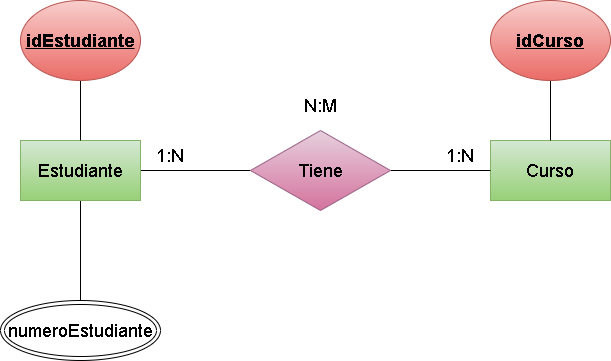
Darkoscurito/Base-de-datos keeps this draw.io diagram as (Unidad-2) (Tarea-3)/img/Ejercicio21.drawio.png. Above is the earlier version. Source tidied: cells renumbered, new cells last; positions are measured from the earlier drawing's top-left corner, leaving out a move shared by most shapes. Source of this version:
```xml
<mxGraphModel>
  <root>
    <mxCell id="0" />
    <mxCell id="1" parent="0" />
    <mxCell id="2" style="edgeStyle=none;html=1;entryX=0;entryY=0.5;entryDx=0;entryDy=0;endArrow=none;endFill=0;" parent="1" edge="1" source="4" target="7">
      <mxGeometry relative="1" as="geometry" />
    </mxCell>
    <mxCell id="3" style="edgeStyle=none;html=1;entryX=0.5;entryY=0;entryDx=0;entryDy=0;fontSize=18;endArrow=none;endFill=0;" parent="1" edge="1" source="4" target="15">
      <mxGeometry relative="1" as="geometry" />
    </mxCell>
    <mxCell id="4" value="&lt;font style=&quot;font-size: 18px;&quot;&gt;Estudiante&lt;/font&gt;" style="rounded=0;whiteSpace=wrap;html=1;fillColor=#d5e8d4;gradientColor=#97d077;strokeColor=#82b366;" parent="1" vertex="1">
      <mxGeometry x="20" y="140" width="120" height="60" as="geometry" />
    </mxCell>
    <mxCell id="5" value="&lt;font style=&quot;font-size: 18px;&quot;&gt;Curso&lt;/font&gt;" style="rounded=0;whiteSpace=wrap;html=1;fillColor=#d5e8d4;gradientColor=#97d077;strokeColor=#82b366;" parent="1" vertex="1">
      <mxGeometry x="490" y="140" width="120" height="60" as="geometry" />
    </mxCell>
    <mxCell id="6" style="edgeStyle=none;html=1;endArrow=none;endFill=0;" parent="1" edge="1" source="7" target="5">
      <mxGeometry relative="1" as="geometry" />
    </mxCell>
    <mxCell id="7" value="&lt;span style=&quot;font-size: 18px;&quot;&gt;Tiene&lt;/span&gt;" style="rhombus;whiteSpace=wrap;html=1;fillColor=#e6d0de;gradientColor=#d5739d;strokeColor=#996185;" parent="1" vertex="1">
      <mxGeometry x="250" y="130" width="140" height="80" as="geometry" />
    </mxCell>
    <mxCell id="8" value="1:N" style="text;html=1;strokeColor=none;fillColor=none;align=center;verticalAlign=middle;whiteSpace=wrap;rounded=0;fontSize=18;" parent="1" vertex="1">
      <mxGeometry x="140" y="140" width="60" height="30" as="geometry" />
    </mxCell>
    <mxCell id="9" value="1:N" style="text;html=1;strokeColor=none;fillColor=none;align=center;verticalAlign=middle;whiteSpace=wrap;rounded=0;fontSize=18;" parent="1" vertex="1">
      <mxGeometry x="430" y="140" width="60" height="30" as="geometry" />
    </mxCell>
    <mxCell id="10" value="N:M" style="text;html=1;strokeColor=none;fillColor=none;align=center;verticalAlign=middle;whiteSpace=wrap;rounded=0;fontSize=18;" parent="1" vertex="1">
      <mxGeometry x="290" y="90" width="60" height="30" as="geometry" />
    </mxCell>
    <mxCell id="11" style="edgeStyle=none;html=1;entryX=0.5;entryY=0;entryDx=0;entryDy=0;fontSize=18;endArrow=none;endFill=0;" parent="1" edge="1" source="12" target="4">
      <mxGeometry relative="1" as="geometry" />
    </mxCell>
    <mxCell id="12" value="&lt;font style=&quot;font-size: 18px;&quot;&gt;&lt;b&gt;&lt;u&gt;idEstudiante&lt;/u&gt;&lt;/b&gt;&lt;/font&gt;" style="ellipse;whiteSpace=wrap;html=1;fillColor=#f8cecc;gradientColor=#ea6b66;strokeColor=#b85450;" parent="1" vertex="1">
      <mxGeometry x="20" width="120" height="80" as="geometry" />
    </mxCell>
    <mxCell id="13" style="edgeStyle=none;html=1;entryX=0.5;entryY=0;entryDx=0;entryDy=0;fontSize=18;endArrow=none;endFill=0;" parent="1" edge="1" source="14" target="5">
      <mxGeometry relative="1" as="geometry" />
    </mxCell>
    <mxCell id="14" value="&lt;font style=&quot;font-size: 18px;&quot;&gt;&lt;b&gt;&lt;u&gt;idCurso&lt;/u&gt;&lt;/b&gt;&lt;/font&gt;" style="ellipse;whiteSpace=wrap;html=1;fillColor=#f8cecc;gradientColor=#ea6b66;strokeColor=#b85450;" parent="1" vertex="1">
      <mxGeometry x="490" width="120" height="80" as="geometry" />
    </mxCell>
    <mxCell id="15" value="numeroEstudiante" style="ellipse;shape=doubleEllipse;whiteSpace=wrap;html=1;fontSize=18;" parent="1" vertex="1">
      <mxGeometry y="300" width="160" height="60" as="geometry" />
    </mxCell>
  </root>
</mxGraphModel>
```
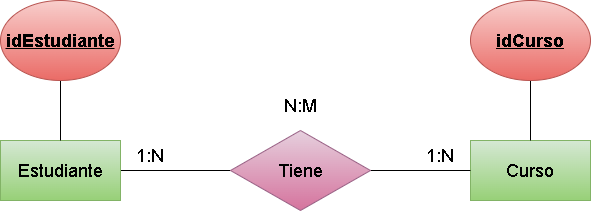
After the commit.

What changed in the source:
```diff
@@ -5,9 +5,6 @@
     <mxCell id="2" style="edgeStyle=none;html=1;entryX=0;entryY=0.5;entryDx=0;entryDy=0;endArrow=none;endFill=0;" parent="1" edge="1" source="4" target="7">
       <mxGeometry relative="1" as="geometry" />
     </mxCell>
-    <mxCell id="3" style="edgeStyle=none;html=1;entryX=0.5;entryY=0;entryDx=0;entryDy=0;fontSize=18;endArrow=none;endFill=0;" parent="1" edge="1" source="4" target="15">
-      <mxGeometry relative="1" as="geometry" />
-    </mxCell>
     <mxCell id="4" value="&lt;font style=&quot;font-size: 18px;&quot;&gt;Estudiante&lt;/font&gt;" style="rounded=0;whiteSpace=wrap;html=1;fillColor=#d5e8d4;gradientColor=#97d077;strokeColor=#82b366;" parent="1" vertex="1">
       <mxGeometry x="20" y="140" width="120" height="60" as="geometry" />
     </mxCell>
@@ -41,8 +38,5 @@
     <mxCell id="14" value="&lt;font style=&quot;font-size: 18px;&quot;&gt;&lt;b&gt;&lt;u&gt;idCurso&lt;/u&gt;&lt;/b&gt;&lt;/font&gt;" style="ellipse;whiteSpace=wrap;html=1;fillColor=#f8cecc;gradientColor=#ea6b66;strokeColor=#b85450;" parent="1" vertex="1">
       <mxGeometry x="490" width="120" height="80" as="geometry" />
     </mxCell>
-    <mxCell id="15" value="numeroEstudiante" style="ellipse;shape=doubleEllipse;whiteSpace=wrap;html=1;fontSize=18;" parent="1" vertex="1">
-      <mxGeometry y="300" width="160" height="60" as="geometry" />
-    </mxCell>
   </root>
 </mxGraphModel>
```
